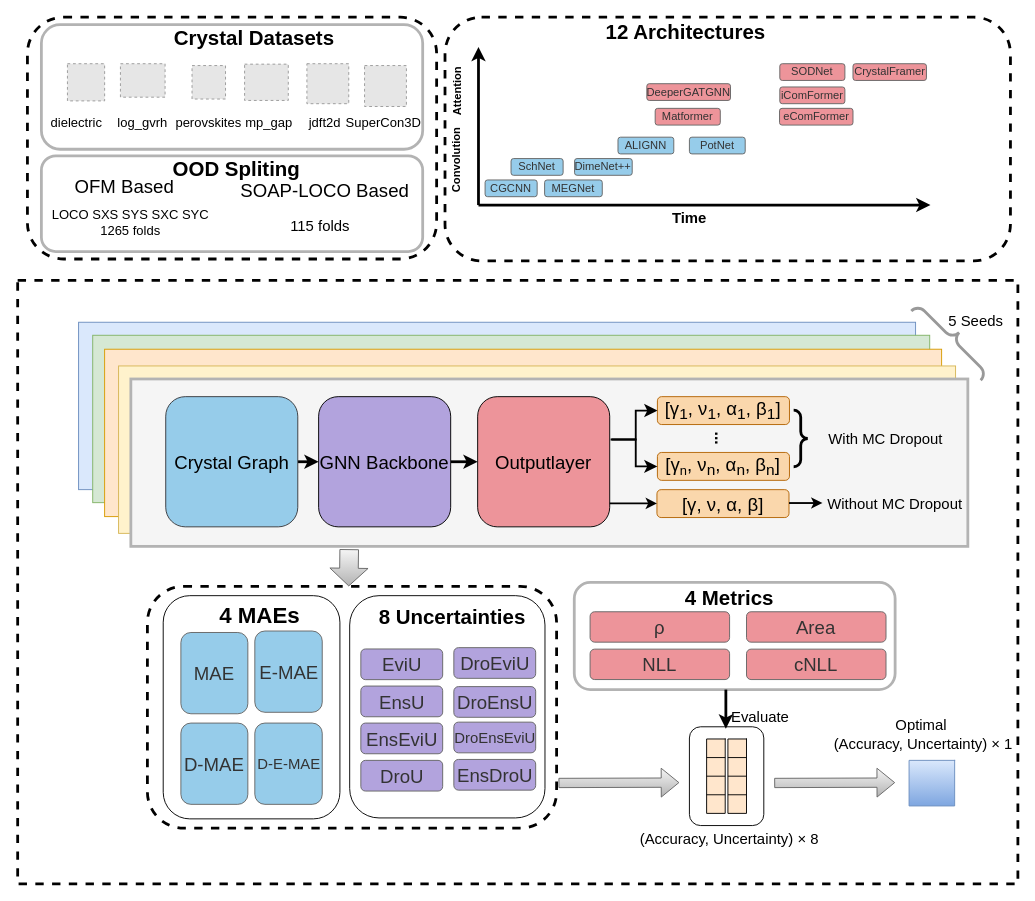
This is draw.io/MatUQ-frame.drawio from tetean/image-host, a draw.io file, before an edit. Source tidied: cells renumbered, new cells numbered last; positions are measured from the earlier drawing's top-left corner, leaving out a move shared by most shapes. Both pictures are drawn from the tidied source at 93%, with x=0, y=0 at pixel (17, 17). Pictures stored in the file or linked from it are replaced by grey dashed boxes.
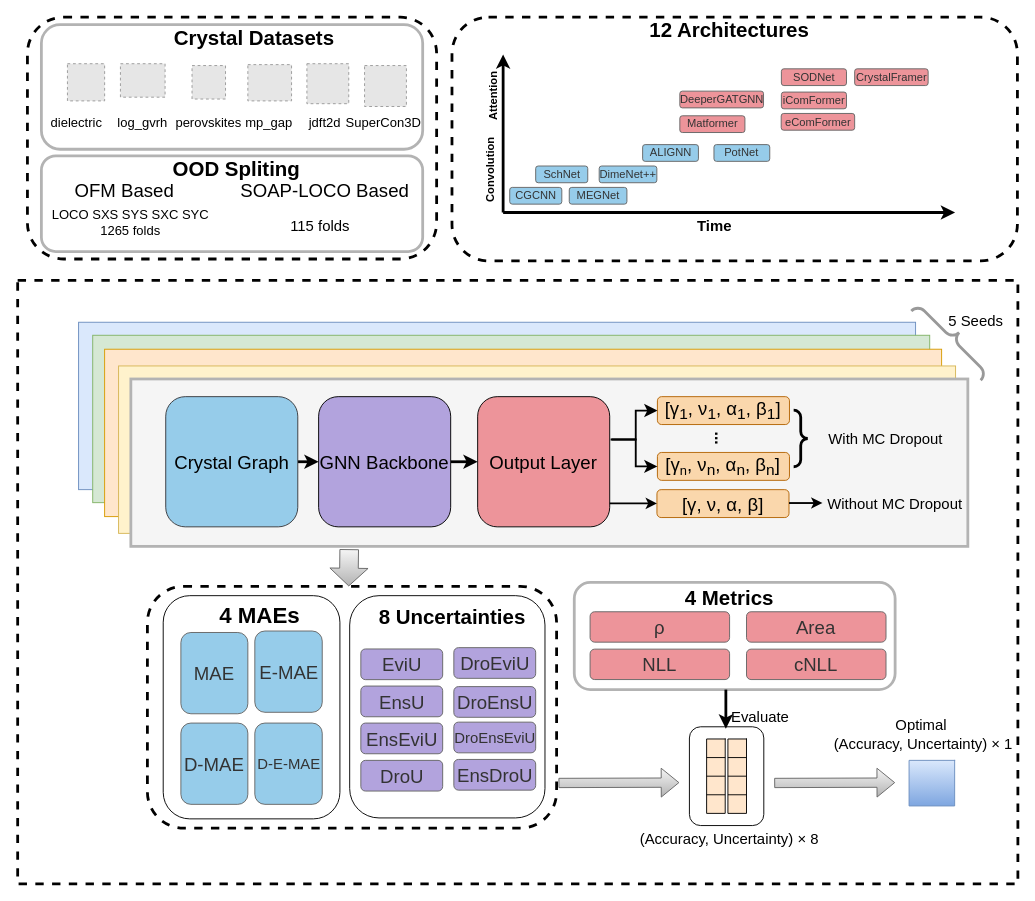
The same diagram, later.

Change to the diagram source:
```diff
@@
     <mxCell id="2" style="rounded=1;whiteSpace=wrap;html=1;strokeWidth=3;dashed=1;" parent="1" vertex="1">
-      <mxGeometry x="460" width="608" height="262" as="geometry" />
+      <mxGeometry x="467.5" width="608" height="262" as="geometry" />
     </mxCell>
@@
     <mxCell id="8" style="endArrow=classic;html=1;rounded=0;strokeWidth=3;" parent="1" edge="1">
       <mxGeometry relative="1" as="geometry">
-        <mxPoint x="496" y="202" as="sourcePoint" />
-        <mxPoint x="982" y="202" as="targetPoint" />
+        <mxPoint x="522.5" y="210" as="sourcePoint" />
+        <mxPoint x="1008.5" y="210" as="targetPoint" />
       </mxGeometry>
     </mxCell>
     <mxCell id="9" style="endArrow=classic;html=1;rounded=0;strokeWidth=3;" parent="1" edge="1">
       <mxGeometry relative="1" as="geometry">
-        <mxPoint x="496" y="202" as="sourcePoint" />
-        <mxPoint x="496" y="32" as="targetPoint" />
+        <mxPoint x="522.5" y="210" as="sourcePoint" />
+        <mxPoint x="522.5" y="40" as="targetPoint" />
       </mxGeometry>
     </mxCell>
     <mxCell id="10" value="&lt;span style=&quot;&quot;&gt;CGCNN&lt;/span&gt;" style="rounded=1;whiteSpace=wrap;html=1;rotation=0;labelBackgroundColor=none;fillColor=#96CCEA;fontColor=#333333;strokeColor=#666666;" parent="1" vertex="1">
-      <mxGeometry x="503.1" y="175" width="56" height="18" as="geometry" />
+      <mxGeometry x="529.6" y="183" width="56" height="18" as="geometry" />
     </mxCell>
     <mxCell id="11" value="&lt;b&gt;&lt;font style=&quot;font-size: 22px;&quot;&gt;12 Architectures&amp;nbsp;&lt;/font&gt;&lt;/b&gt;" style="text;html=1;whiteSpace=wrap;strokeColor=none;fillColor=none;align=center;verticalAlign=middle;rounded=0;rotation=0;" parent="1" vertex="1">
-      <mxGeometry x="442" y="2" width="560" height="30" as="geometry" />
+      <mxGeometry x="488.5" width="560" height="30" as="geometry" />
     </mxCell>
     <mxCell id="12" value="&lt;span style=&quot;&quot;&gt;SchNet&lt;/span&gt;" style="rounded=1;whiteSpace=wrap;html=1;rotation=0;labelBackgroundColor=none;fillColor=#96CCEA;fontColor=#333333;strokeColor=#666666;" parent="1" vertex="1">
-      <mxGeometry x="531" y="152" width="56" height="18" as="geometry" />
+      <mxGeometry x="557.5" y="160" width="56" height="18" as="geometry" />
     </mxCell>
     <mxCell id="13" value="&lt;span style=&quot;&quot;&gt;MEGNet&lt;/span&gt;" style="rounded=1;whiteSpace=wrap;html=1;rotation=0;labelBackgroundColor=none;fillColor=#96CCEA;fontColor=#333333;strokeColor=#666666;" parent="1" vertex="1">
-      <mxGeometry x="567.1" y="175" width="62" height="18" as="geometry" />
+      <mxGeometry x="593.6" y="183" width="62" height="18" as="geometry" />
     </mxCell>
     <mxCell id="14" value="ALIGNN" style="rounded=1;whiteSpace=wrap;html=1;rotation=0;labelBackgroundColor=none;fillColor=light-dark(#96ccea, #615486);fontColor=#333333;strokeColor=#666666;" parent="1" vertex="1">
-      <mxGeometry x="646" y="129" width="60" height="18" as="geometry" />
+      <mxGeometry x="672.5" y="137" width="60" height="18" as="geometry" />
     </mxCell>
     <mxCell id="15" value="PotNet" style="rounded=1;whiteSpace=wrap;html=1;rotation=0;labelBackgroundColor=none;fillColor=light-dark(#96ccea, #615486);fontColor=#333333;strokeColor=#666666;" parent="1" vertex="1">
-      <mxGeometry x="722.8" y="129" width="60" height="18" as="geometry" />
+      <mxGeometry x="749.2" y="137" width="60" height="18" as="geometry" />
     </mxCell>
     <mxCell id="16" value="iComFormer" style="rounded=1;whiteSpace=wrap;html=1;rotation=0;labelBackgroundColor=none;fillColor=#ED949A;fontColor=#333333;strokeColor=#666666;" parent="1" vertex="1">
-      <mxGeometry x="820" y="75" width="70" height="18" as="geometry" />
+      <mxGeometry x="821.7" y="80.5" width="70" height="18" as="geometry" />
     </mxCell>
     <mxCell id="17" value="eComFormer" style="rounded=1;whiteSpace=wrap;html=1;rotation=0;labelBackgroundColor=none;fillColor=#ED949A;fontColor=#333333;strokeColor=#666666;" parent="1" vertex="1">
-      <mxGeometry x="819.7" y="98" width="79" height="18" as="geometry" />
+      <mxGeometry x="821.5" y="103.5" width="79" height="18" as="geometry" />
     </mxCell>
     <mxCell id="18" value="DeeperGATGNN" style="rounded=1;whiteSpace=wrap;html=1;rotation=0;labelBackgroundColor=none;fillColor=light-dark(#ed949a, #615486);fontColor=#333333;strokeColor=#666666;" parent="1" vertex="1">
-      <mxGeometry x="677" y="71.5" width="90" height="18" as="geometry" />
+      <mxGeometry x="712.5" y="79.5" width="90" height="18" as="geometry" />
     </mxCell>
     <mxCell id="19" value="Matformer" style="rounded=1;whiteSpace=wrap;html=1;rotation=0;labelBackgroundColor=none;fillColor=light-dark(#ed949a, #615486);fontColor=#333333;strokeColor=#666666;" parent="1" vertex="1">
-      <mxGeometry x="686" y="98" width="70" height="18" as="geometry" />
+      <mxGeometry x="712.5" y="106" width="70" height="18" as="geometry" />
     </mxCell>
     <mxCell id="20" value="SODNet" style="rounded=1;whiteSpace=wrap;html=1;rotation=0;labelBackgroundColor=none;fillColor=#ED949A;fontColor=#333333;strokeColor=#666666;" parent="1" vertex="1">
-      <mxGeometry x="820" y="50" width="70" height="18" as="geometry" />
+      <mxGeometry x="821.7" y="55.5" width="70" height="18" as="geometry" />
     </mxCell>
     <mxCell id="21" value="CrystalFramer" style="rounded=1;whiteSpace=wrap;html=1;rotation=0;labelBackgroundColor=none;fillColor=#ED949A;fontColor=#333333;strokeColor=#666666;" parent="1" vertex="1">
-      <mxGeometry x="898.7" y="50" width="79" height="18" as="geometry" />
+      <mxGeometry x="900.5" y="55.5" width="79" height="18" as="geometry" />
     </mxCell>
     <mxCell id="22" value="DimeNet++" style="rounded=1;whiteSpace=wrap;html=1;rotation=0;labelBackgroundColor=none;fillColor=#96CCEA;fontColor=#333333;strokeColor=#666666;" parent="1" vertex="1">
-      <mxGeometry x="599.3" y="152" width="62" height="18" as="geometry" />
+      <mxGeometry x="625.8" y="160" width="62" height="18" as="geometry" />
     </mxCell>
     <mxCell id="23" value="&lt;b style=&quot;&quot;&gt;&lt;font style=&quot;font-size: 12px;&quot;&gt;Convolution&amp;nbsp;&lt;/font&gt;&lt;/b&gt;" style="text;html=1;whiteSpace=wrap;strokeColor=none;fillColor=none;align=center;verticalAlign=middle;rounded=0;rotation=-90;fontSize=16;" parent="1" vertex="1">
-      <mxGeometry x="431" y="137" width="80" height="30" as="geometry" />
+      <mxGeometry x="467.5" y="148" width="80" height="30" as="geometry" />
     </mxCell>
@@
     <mxCell id="27" style="fillColor=#E6E6E6;strokeColor=#999999;dashed=1;verticalLabelPosition=bottom;labelBackgroundColor=default;verticalAlign=top;" parent="1" vertex="1">
-      <mxGeometry x="244.5" y="50.5" width="47" height="39" as="geometry" />
+      <mxGeometry x="248" y="51" width="47" height="39" as="geometry" />
     </mxCell>
@@
-    <mxCell id="32" value="&lt;font style=&quot;font-size: 20px;&quot;&gt;OFM Based&lt;/font&gt;" style="text;html=1;whiteSpace=wrap;strokeColor=none;fillColor=none;align=center;verticalAlign=middle;rounded=0;" parent="1" vertex="1">
-      <mxGeometry x="54.5" y="167" width="121" height="30" as="geometry" />
-    </mxCell>
@@
-    <mxCell id="34" value="&lt;font style=&quot;font-size: 14px;&quot;&gt;LOCO SXS SYS SXC SYC&lt;/font&gt;&lt;div&gt;&lt;font style=&quot;font-size: 14px;&quot;&gt;1265 folds&lt;/font&gt;&lt;/div&gt;" style="text;html=1;whiteSpace=wrap;strokeColor=none;fillColor=none;align=center;verticalAlign=middle;rounded=0;" parent="1" vertex="1">
-      <mxGeometry x="27" y="200.5" width="190" height="40" as="geometry" />
-    </mxCell>
@@
-    <mxCell id="103" value="&lt;font style=&quot;font-size: 20px;&quot;&gt;Outputlayer&lt;/font&gt;" style="rounded=1;whiteSpace=wrap;html=1;direction=south;rotation=0;fillColor=light-dark(#ed949a, #ededed);" parent="1" vertex="1">
+    <mxCell id="103" value="&lt;font style=&quot;font-size: 20px;&quot;&gt;Output Layer&lt;/font&gt;" style="rounded=1;whiteSpace=wrap;html=1;direction=south;rotation=0;fillColor=light-dark(#ed949a, #ededed);" parent="1" vertex="1">
       <mxGeometry x="495.1" y="408" width="142" height="140" as="geometry" />
     </mxCell>
@@
     <mxCell id="116" value="&lt;div style=&quot;text-align: center;&quot;&gt;&lt;span style=&quot;background-color: transparent; color: light-dark(rgb(0, 0, 0), rgb(255, 255, 255));&quot;&gt;&lt;b style=&quot;&quot;&gt;&lt;font&gt;Attention&lt;/font&gt;&lt;/b&gt;&lt;/span&gt;&lt;/div&gt;" style="text;whiteSpace=wrap;html=1;rotation=-90;" parent="1" vertex="1">
-      <mxGeometry x="450" y="38" width="80" height="60" as="geometry" />
+      <mxGeometry x="487.5" y="43.5" width="80" height="60" as="geometry" />
     </mxCell>
     <mxCell id="117" value="&lt;b style=&quot;&quot;&gt;&lt;font&gt;Time&lt;/font&gt;&lt;/b&gt;" style="text;html=1;whiteSpace=wrap;strokeColor=none;fillColor=none;align=center;verticalAlign=middle;rounded=0;rotation=0;fontSize=16;" parent="1" vertex="1">
-      <mxGeometry x="683" y="208" width="80" height="15" as="geometry" />
+      <mxGeometry x="709.5" y="216" width="80" height="15" as="geometry" />
     </mxCell>
+    <mxCell id="32" value="&lt;font style=&quot;font-size: 20px;&quot;&gt;OFM Based&lt;/font&gt;" style="text;html=1;whiteSpace=wrap;strokeColor=none;fillColor=none;align=center;verticalAlign=middle;rounded=0;" parent="1" vertex="1">
+      <mxGeometry x="55" y="171" width="121" height="30" as="geometry" />
+    </mxCell>
+    <mxCell id="34" value="&lt;font style=&quot;font-size: 14px;&quot;&gt;LOCO SXS SYS SXC SYC&lt;/font&gt;&lt;div&gt;&lt;font style=&quot;font-size: 14px;&quot;&gt;1265 folds&lt;/font&gt;&lt;/div&gt;" style="text;html=1;whiteSpace=wrap;strokeColor=none;fillColor=none;align=center;verticalAlign=middle;rounded=0;" parent="1" vertex="1">
+      <mxGeometry x="27" y="200.5" width="190" height="40" as="geometry" />
+    </mxCell>
```
